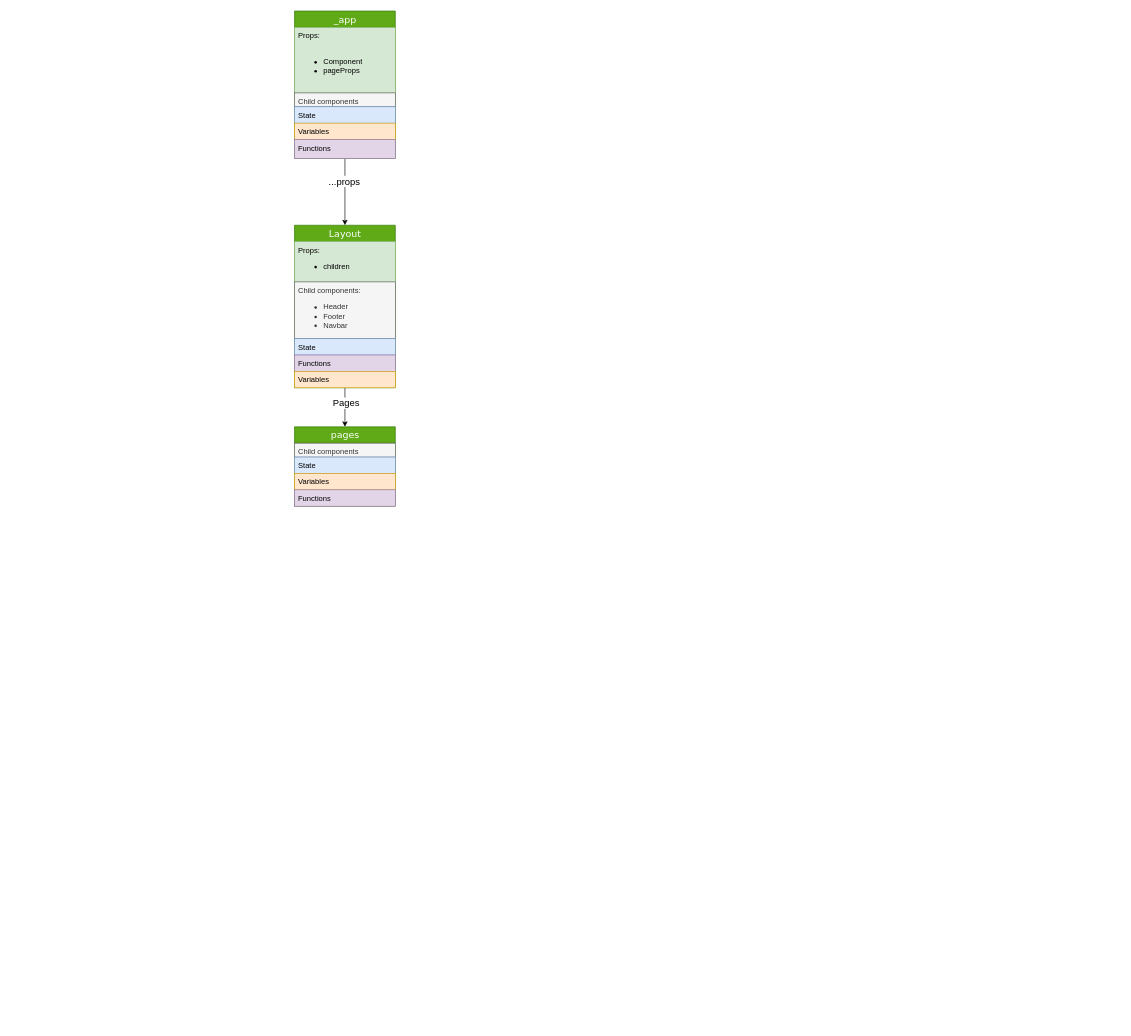
Above: project-files/wim-frontend-component-architeture.drawio in Evolving-Software/wim-uml (draw.io), before the change. Source tidied: cells renumbered, new cells numbered last; positions are measured from the earlier drawing's top-left corner, leaving out a move shared by most shapes. Both pictures are drawn from the tidied source at 63%, with x=0, y=0 at pixel (294, 11).
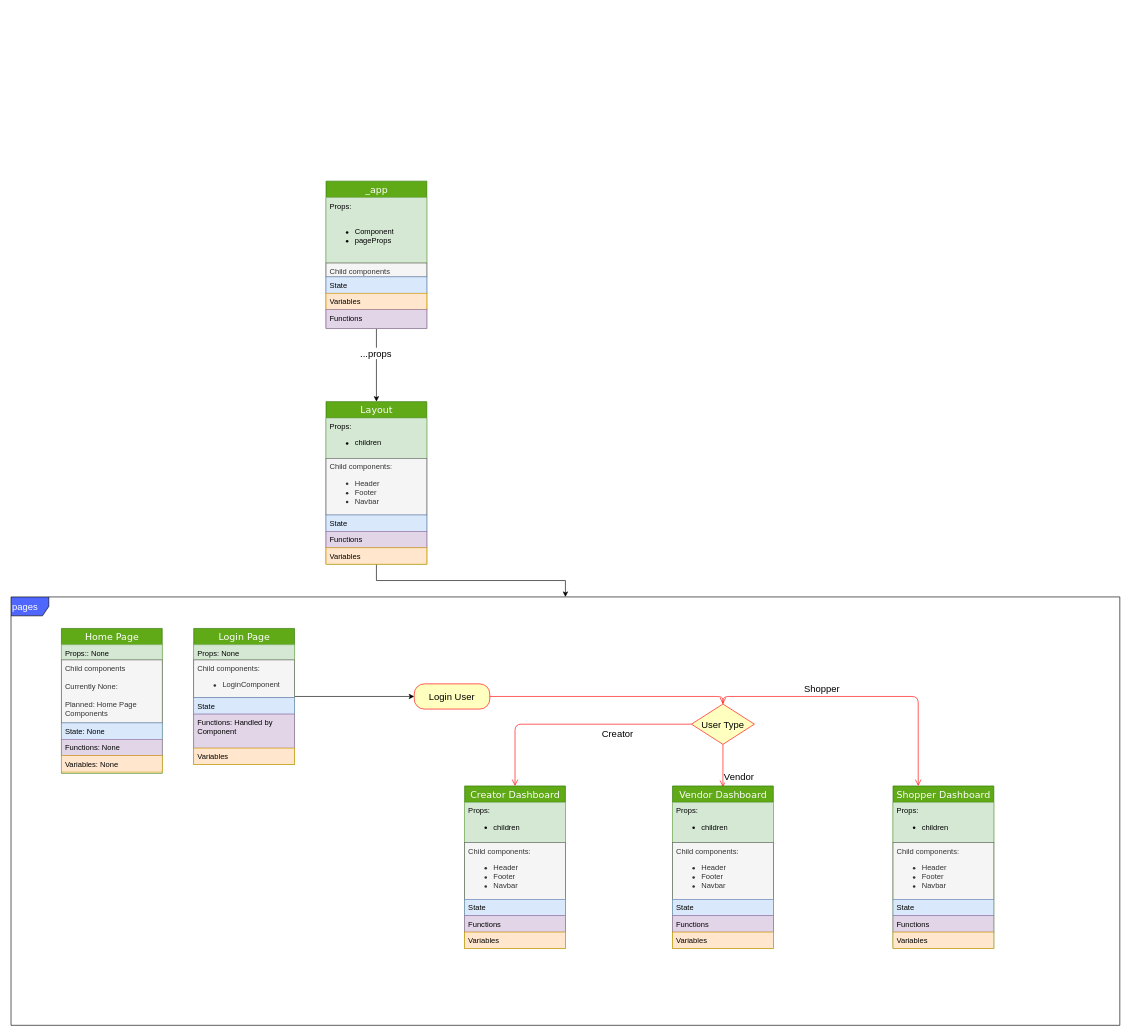
The same diagram, later.

Commit message:
Added Page Archtecture wim-frontend-component-architeture.drawio

What changed in the source:
```diff
@@
+    <mxCell id="18" value="&lt;font color=&quot;#ffffff&quot;&gt;pages&lt;/font&gt;" style="shape=umlFrame;whiteSpace=wrap;html=1;rounded=0;sketch=0;fontSize=15;fillColor=#4F67FF;align=left;" parent="1" vertex="1">
+      <mxGeometry x="-450" y="930" width="1760" height="680" as="geometry" />
+    </mxCell>
@@
     <mxCell id="4" value="_app" style="swimlane;html=1;fontStyle=0;horizontal=1;startSize=26;fillColor=#60a917;swimlaneFillColor=#ffffff;rounded=0;shadow=0;comic=0;labelBackgroundColor=none;strokeWidth=1;fontFamily=Verdana;fontSize=15;align=center;strokeColor=#2D7600;fontColor=#ffffff;" parent="1" vertex="1">
-      <mxGeometry width="160" height="234" as="geometry" />
+      <mxGeometry x="50" y="270" width="160" height="234" as="geometry" />
     </mxCell>
@@
-    <mxCell id="10" style="edgeStyle=orthogonalEdgeStyle;rounded=0;jettySize=auto;html=1;entryX=0.5;entryY=0;entryDx=0;entryDy=0;fontSize=15;" parent="1" edge="1" source="12" target="18">
+    <mxCell id="10" style="edgeStyle=orthogonalEdgeStyle;rounded=0;jettySize=auto;html=1;fontSize=15;" parent="1" edge="1" source="12" target="18">
       <mxGeometry relative="1" as="geometry" />
     </mxCell>
-    <mxCell id="11" value="Pages" style="edgeLabel;html=1;align=center;verticalAlign=middle;fontSize=15;" parent="10" vertex="1">
-      <mxGeometry x="-0.26" y="1" relative="1" as="geometry" />
-    </mxCell>
     <mxCell id="12" value="Layout" style="swimlane;html=1;fontStyle=0;horizontal=1;startSize=26;fillColor=#60a917;swimlaneFillColor=#ffffff;rounded=0;shadow=0;comic=0;labelBackgroundColor=none;strokeWidth=1;fontFamily=Verdana;fontSize=15;align=center;strokeColor=#2D7600;fontColor=#ffffff;" parent="1" vertex="1">
-      <mxGeometry y="340" width="160" height="258" as="geometry" />
+      <mxGeometry x="50" y="620" width="160" height="258" as="geometry" />
     </mxCell>
@@
-    <mxCell id="18" value="pages" style="swimlane;html=1;fontStyle=0;horizontal=1;startSize=26;fillColor=#60a917;swimlaneFillColor=#ffffff;rounded=0;shadow=0;comic=0;labelBackgroundColor=none;strokeWidth=1;fontFamily=Verdana;fontSize=15;align=center;strokeColor=#2D7600;fontColor=#ffffff;" parent="1" vertex="1">
-      <mxGeometry y="660" width="160" height="126" as="geometry" />
-    </mxCell>
-    <mxCell id="19" value="Child components" style="text;html=1;strokeColor=#666666;align=left;verticalAlign=top;spacingLeft=4;spacingRight=4;whiteSpace=wrap;overflow=hidden;sketch=0;rounded=0;fillColor=#f5f5f5;fontColor=#333333;" parent="18" vertex="1">
-      <mxGeometry y="26" width="160" height="22" as="geometry" />
-    </mxCell>
-    <mxCell id="20" value="State" style="text;html=1;strokeColor=#6c8ebf;fillColor=#dae8fc;align=left;verticalAlign=top;spacingLeft=4;spacingRight=4;whiteSpace=wrap;overflow=hidden;" parent="18" vertex="1">
-      <mxGeometry y="48" width="160" height="26" as="geometry" />
-    </mxCell>
-    <mxCell id="21" value="Variables&amp;nbsp;" style="text;html=1;strokeColor=#d79b00;fillColor=#ffe6cc;align=left;verticalAlign=top;spacingLeft=4;spacingRight=4;whiteSpace=wrap;overflow=hidden;" parent="18" vertex="1">
-      <mxGeometry y="74" width="160" height="26" as="geometry" />
-    </mxCell>
-    <mxCell id="22" value="Functions&lt;br&gt;" style="text;html=1;strokeColor=#9673a6;fillColor=#e1d5e7;align=left;verticalAlign=top;spacingLeft=4;spacingRight=4;whiteSpace=wrap;overflow=hidden;" parent="18" vertex="1">
-      <mxGeometry y="100" width="160" height="26" as="geometry" />
-    </mxCell>
+    <mxCell id="23" value="Home Page" style="swimlane;html=1;fontStyle=0;horizontal=1;startSize=26;fillColor=#60a917;swimlaneFillColor=#ffffff;rounded=0;shadow=0;comic=0;labelBackgroundColor=none;strokeWidth=1;fontFamily=Verdana;fontSize=15;align=center;strokeColor=#2D7600;fontColor=#ffffff;" parent="1" vertex="1">
+      <mxGeometry x="-370" y="980" width="160" height="230" as="geometry" />
+    </mxCell>
+    <mxCell id="24" value="Props:: None&lt;br&gt;" style="text;html=1;strokeColor=#82b366;align=left;verticalAlign=top;spacingLeft=4;spacingRight=4;whiteSpace=wrap;overflow=hidden;sketch=0;rounded=0;fillColor=#d5e8d4;" parent="23" vertex="1">
+      <mxGeometry y="26" width="160" height="24" as="geometry" />
+    </mxCell>
+    <mxCell id="25" value="Child components&lt;br&gt;&lt;br&gt;Currently None:&lt;br&gt;&lt;br&gt;Planned: Home Page Components" style="text;html=1;strokeColor=#666666;align=left;verticalAlign=top;spacingLeft=4;spacingRight=4;whiteSpace=wrap;overflow=hidden;sketch=0;rounded=0;fillColor=#f5f5f5;fontColor=#333333;" parent="23" vertex="1">
+      <mxGeometry y="50" width="160" height="100" as="geometry" />
+    </mxCell>
+    <mxCell id="26" value="State: None" style="text;html=1;strokeColor=#6c8ebf;fillColor=#dae8fc;align=left;verticalAlign=top;spacingLeft=4;spacingRight=4;whiteSpace=wrap;overflow=hidden;" parent="23" vertex="1">
+      <mxGeometry y="150" width="160" height="26" as="geometry" />
+    </mxCell>
+    <mxCell id="27" value="Functions: None" style="text;html=1;strokeColor=#9673a6;fillColor=#e1d5e7;align=left;verticalAlign=top;spacingLeft=4;spacingRight=4;whiteSpace=wrap;overflow=hidden;" parent="23" vertex="1">
+      <mxGeometry y="176" width="160" height="26" as="geometry" />
+    </mxCell>
+    <mxCell id="28" value="Variables: None&lt;br&gt;" style="text;html=1;strokeColor=#d79b00;fillColor=#ffe6cc;align=left;verticalAlign=top;spacingLeft=4;spacingRight=4;whiteSpace=wrap;overflow=hidden;" parent="23" vertex="1">
+      <mxGeometry y="202" width="160" height="26" as="geometry" />
+    </mxCell>
+    <mxCell id="29" value="Shopper Dashboard" style="swimlane;html=1;fontStyle=0;horizontal=1;startSize=26;fillColor=#60a917;swimlaneFillColor=#ffffff;rounded=0;shadow=0;comic=0;labelBackgroundColor=none;strokeWidth=1;fontFamily=Verdana;fontSize=15;align=center;strokeColor=#2D7600;fontColor=#ffffff;" parent="1" vertex="1">
+      <mxGeometry x="950" y="1230" width="160" height="258" as="geometry" />
+    </mxCell>
+    <mxCell id="30" value="Props:&lt;br&gt;&lt;ul&gt;&lt;li&gt;children&lt;/li&gt;&lt;/ul&gt;" style="text;html=1;strokeColor=#82b366;align=left;verticalAlign=top;spacingLeft=4;spacingRight=4;whiteSpace=wrap;overflow=hidden;sketch=0;rounded=0;fillColor=#d5e8d4;" parent="29" vertex="1">
+      <mxGeometry y="26" width="160" height="64" as="geometry" />
+    </mxCell>
+    <mxCell id="31" value="Child components:&lt;br&gt;&lt;ul&gt;&lt;li&gt;Header&lt;/li&gt;&lt;li&gt;Footer&lt;/li&gt;&lt;li&gt;Navbar&lt;/li&gt;&lt;/ul&gt;" style="text;html=1;strokeColor=#666666;align=left;verticalAlign=top;spacingLeft=4;spacingRight=4;whiteSpace=wrap;overflow=hidden;sketch=0;rounded=0;fillColor=#f5f5f5;fontColor=#333333;" parent="29" vertex="1">
+      <mxGeometry y="90" width="160" height="90" as="geometry" />
+    </mxCell>
+    <mxCell id="32" value="State" style="text;html=1;strokeColor=#6c8ebf;fillColor=#dae8fc;align=left;verticalAlign=top;spacingLeft=4;spacingRight=4;whiteSpace=wrap;overflow=hidden;" parent="29" vertex="1">
+      <mxGeometry y="180" width="160" height="26" as="geometry" />
+    </mxCell>
+    <mxCell id="33" value="Functions&lt;br&gt;" style="text;html=1;strokeColor=#9673a6;fillColor=#e1d5e7;align=left;verticalAlign=top;spacingLeft=4;spacingRight=4;whiteSpace=wrap;overflow=hidden;" parent="29" vertex="1">
+      <mxGeometry y="206" width="160" height="26" as="geometry" />
+    </mxCell>
+    <mxCell id="34" value="Variables&amp;nbsp;" style="text;html=1;strokeColor=#d79b00;fillColor=#ffe6cc;align=left;verticalAlign=top;spacingLeft=4;spacingRight=4;whiteSpace=wrap;overflow=hidden;" parent="29" vertex="1">
+      <mxGeometry y="232" width="160" height="26" as="geometry" />
+    </mxCell>
+    <mxCell id="35" style="edgeStyle=orthogonalEdgeStyle;rounded=0;jettySize=auto;html=1;fontSize=15;" parent="1" edge="1" source="36" target="42">
+      <mxGeometry relative="1" as="geometry" />
+    </mxCell>
+    <mxCell id="36" value="Login Page" style="swimlane;html=1;fontStyle=0;horizontal=1;startSize=26;fillColor=#60a917;swimlaneFillColor=#ffffff;rounded=0;shadow=0;comic=0;labelBackgroundColor=none;strokeWidth=1;fontFamily=Verdana;fontSize=15;align=center;strokeColor=#2D7600;fontColor=#ffffff;" parent="1" vertex="1">
+      <mxGeometry x="-160" y="980" width="160" height="216" as="geometry" />
+    </mxCell>
+    <mxCell id="37" value="Props: None" style="text;html=1;strokeColor=#82b366;align=left;verticalAlign=top;spacingLeft=4;spacingRight=4;whiteSpace=wrap;overflow=hidden;sketch=0;rounded=0;fillColor=#d5e8d4;" parent="36" vertex="1">
+      <mxGeometry y="26" width="160" height="24" as="geometry" />
+    </mxCell>
+    <mxCell id="38" value="Child components:&lt;br&gt;&lt;ul&gt;&lt;li&gt;LoginComponent&lt;/li&gt;&lt;/ul&gt;" style="text;html=1;strokeColor=#666666;align=left;verticalAlign=top;spacingLeft=4;spacingRight=4;whiteSpace=wrap;overflow=hidden;sketch=0;rounded=0;fillColor=#f5f5f5;fontColor=#333333;" parent="36" vertex="1">
+      <mxGeometry y="50" width="160" height="60" as="geometry" />
+    </mxCell>
+    <mxCell id="39" value="State" style="text;html=1;strokeColor=#6c8ebf;fillColor=#dae8fc;align=left;verticalAlign=top;spacingLeft=4;spacingRight=4;whiteSpace=wrap;overflow=hidden;" parent="36" vertex="1">
+      <mxGeometry y="110" width="160" height="26" as="geometry" />
+    </mxCell>
+    <mxCell id="40" value="Functions: Handled by Component" style="text;html=1;strokeColor=#9673a6;fillColor=#e1d5e7;align=left;verticalAlign=top;spacingLeft=4;spacingRight=4;whiteSpace=wrap;overflow=hidden;" parent="36" vertex="1">
+      <mxGeometry y="136" width="160" height="54" as="geometry" />
+    </mxCell>
+    <mxCell id="41" value="Variables&amp;nbsp;" style="text;html=1;strokeColor=#d79b00;fillColor=#ffe6cc;align=left;verticalAlign=top;spacingLeft=4;spacingRight=4;whiteSpace=wrap;overflow=hidden;" parent="36" vertex="1">
+      <mxGeometry y="190" width="160" height="26" as="geometry" />
+    </mxCell>
+    <mxCell id="42" value="Login User" style="rounded=1;whiteSpace=wrap;html=1;arcSize=40;fontColor=#000000;fillColor=#ffffc0;strokeColor=#ff0000;sketch=0;fontSize=15;align=center;" parent="1" vertex="1">
+      <mxGeometry x="190" y="1068" width="120" height="40" as="geometry" />
+    </mxCell>
+    <mxCell id="43" style="edgeStyle=orthogonalEdgeStyle;html=1;verticalAlign=bottom;endArrow=open;endSize=8;strokeColor=#ff0000;fontSize=15;entryX=0.5;entryY=0;entryDx=0;entryDy=0;" parent="1" edge="1" source="42" target="44">
+      <mxGeometry relative="1" as="geometry" />
+    </mxCell>
+    <mxCell id="44" value="User Type" style="rhombus;whiteSpace=wrap;html=1;fillColor=#ffffc0;strokeColor=#ff0000;rounded=0;sketch=0;fontSize=15;align=center;" parent="1" vertex="1">
+      <mxGeometry x="630" y="1100" width="100" height="64" as="geometry" />
+    </mxCell>
+    <mxCell id="45" value="Shopper" style="edgeStyle=orthogonalEdgeStyle;html=1;align=left;verticalAlign=bottom;endArrow=open;endSize=8;strokeColor=#ff0000;fontSize=15;" parent="1" edge="1" source="44" target="29">
+      <mxGeometry x="-0.4" relative="1" as="geometry">
+        <Array as="points">
+          <mxPoint x="990" y="1088" />
+        </Array>
+      </mxGeometry>
+    </mxCell>
+    <mxCell id="46" value="Vendor" style="edgeStyle=orthogonalEdgeStyle;html=1;align=left;verticalAlign=top;endArrow=open;endSize=8;strokeColor=#ff0000;fontSize=15;entryX=0.5;entryY=0.006;entryDx=0;entryDy=0;entryPerimeter=0;" parent="1" edge="1" source="44" target="48">
+      <mxGeometry x="0.07" relative="1" as="geometry" />
+    </mxCell>
+    <mxCell id="47" value="Creator" style="edgeStyle=orthogonalEdgeStyle;html=1;align=left;verticalAlign=top;endArrow=open;endSize=8;strokeColor=#ff0000;fontSize=15;exitX=0;exitY=0.5;exitDx=0;exitDy=0;" parent="1" edge="1" source="44" target="54">
+      <mxGeometry x="-0.24" relative="1" as="geometry">
+        <Array as="points">
+          <mxPoint x="350" y="1132" />
+        </Array>
+      </mxGeometry>
+    </mxCell>
+    <mxCell id="48" value="Vendor Dashboard" style="swimlane;html=1;fontStyle=0;horizontal=1;startSize=26;fillColor=#60a917;swimlaneFillColor=#ffffff;rounded=0;shadow=0;comic=0;labelBackgroundColor=none;strokeWidth=1;fontFamily=Verdana;fontSize=15;align=center;strokeColor=#2D7600;fontColor=#ffffff;" parent="1" vertex="1">
+      <mxGeometry x="600" y="1230" width="160" height="258" as="geometry" />
+    </mxCell>
+    <mxCell id="49" value="Props:&lt;br&gt;&lt;ul&gt;&lt;li&gt;children&lt;/li&gt;&lt;/ul&gt;" style="text;html=1;strokeColor=#82b366;align=left;verticalAlign=top;spacingLeft=4;spacingRight=4;whiteSpace=wrap;overflow=hidden;sketch=0;rounded=0;fillColor=#d5e8d4;" parent="48" vertex="1">
+      <mxGeometry y="26" width="160" height="64" as="geometry" />
+    </mxCell>
+    <mxCell id="50" value="Child components:&lt;br&gt;&lt;ul&gt;&lt;li&gt;Header&lt;/li&gt;&lt;li&gt;Footer&lt;/li&gt;&lt;li&gt;Navbar&lt;/li&gt;&lt;/ul&gt;" style="text;html=1;strokeColor=#666666;align=left;verticalAlign=top;spacingLeft=4;spacingRight=4;whiteSpace=wrap;overflow=hidden;sketch=0;rounded=0;fillColor=#f5f5f5;fontColor=#333333;" parent="48" vertex="1">
+      <mxGeometry y="90" width="160" height="90" as="geometry" />
+    </mxCell>
+    <mxCell id="51" value="State" style="text;html=1;strokeColor=#6c8ebf;fillColor=#dae8fc;align=left;verticalAlign=top;spacingLeft=4;spacingRight=4;whiteSpace=wrap;overflow=hidden;" parent="48" vertex="1">
+      <mxGeometry y="180" width="160" height="26" as="geometry" />
+    </mxCell>
+    <mxCell id="52" value="Functions&lt;br&gt;" style="text;html=1;strokeColor=#9673a6;fillColor=#e1d5e7;align=left;verticalAlign=top;spacingLeft=4;spacingRight=4;whiteSpace=wrap;overflow=hidden;" parent="48" vertex="1">
+      <mxGeometry y="206" width="160" height="26" as="geometry" />
+    </mxCell>
+    <mxCell id="53" value="Variables&amp;nbsp;" style="text;html=1;strokeColor=#d79b00;fillColor=#ffe6cc;align=left;verticalAlign=top;spacingLeft=4;spacingRight=4;whiteSpace=wrap;overflow=hidden;" parent="48" vertex="1">
+      <mxGeometry y="232" width="160" height="26" as="geometry" />
+    </mxCell>
+    <mxCell id="54" value="Creator Dashboard" style="swimlane;html=1;fontStyle=0;horizontal=1;startSize=26;fillColor=#60a917;swimlaneFillColor=#ffffff;rounded=0;shadow=0;comic=0;labelBackgroundColor=none;strokeWidth=1;fontFamily=Verdana;fontSize=15;align=center;strokeColor=#2D7600;fontColor=#ffffff;" parent="1" vertex="1">
+      <mxGeometry x="270" y="1230" width="160" height="258" as="geometry" />
+    </mxCell>
+    <mxCell id="55" value="Props:&lt;br&gt;&lt;ul&gt;&lt;li&gt;children&lt;/li&gt;&lt;/ul&gt;" style="text;html=1;strokeColor=#82b366;align=left;verticalAlign=top;spacingLeft=4;spacingRight=4;whiteSpace=wrap;overflow=hidden;sketch=0;rounded=0;fillColor=#d5e8d4;" parent="54" vertex="1">
+      <mxGeometry y="26" width="160" height="64" as="geometry" />
+    </mxCell>
+    <mxCell id="56" value="Child components:&lt;br&gt;&lt;ul&gt;&lt;li&gt;Header&lt;/li&gt;&lt;li&gt;Footer&lt;/li&gt;&lt;li&gt;Navbar&lt;/li&gt;&lt;/ul&gt;" style="text;html=1;strokeColor=#666666;align=left;verticalAlign=top;spacingLeft=4;spacingRight=4;whiteSpace=wrap;overflow=hidden;sketch=0;rounded=0;fillColor=#f5f5f5;fontColor=#333333;" parent="54" vertex="1">
+      <mxGeometry y="90" width="160" height="90" as="geometry" />
+    </mxCell>
+    <mxCell id="57" value="State" style="text;html=1;strokeColor=#6c8ebf;fillColor=#dae8fc;align=left;verticalAlign=top;spacingLeft=4;spacingRight=4;whiteSpace=wrap;overflow=hidden;" parent="54" vertex="1">
+      <mxGeometry y="180" width="160" height="26" as="geometry" />
+    </mxCell>
+    <mxCell id="58" value="Functions&lt;br&gt;" style="text;html=1;strokeColor=#9673a6;fillColor=#e1d5e7;align=left;verticalAlign=top;spacingLeft=4;spacingRight=4;whiteSpace=wrap;overflow=hidden;" parent="54" vertex="1">
+      <mxGeometry y="206" width="160" height="26" as="geometry" />
+    </mxCell>
+    <mxCell id="59" value="Variables&amp;nbsp;" style="text;html=1;strokeColor=#d79b00;fillColor=#ffe6cc;align=left;verticalAlign=top;spacingLeft=4;spacingRight=4;whiteSpace=wrap;overflow=hidden;" parent="54" vertex="1">
+      <mxGeometry y="232" width="160" height="26" as="geometry" />
+    </mxCell>
```
